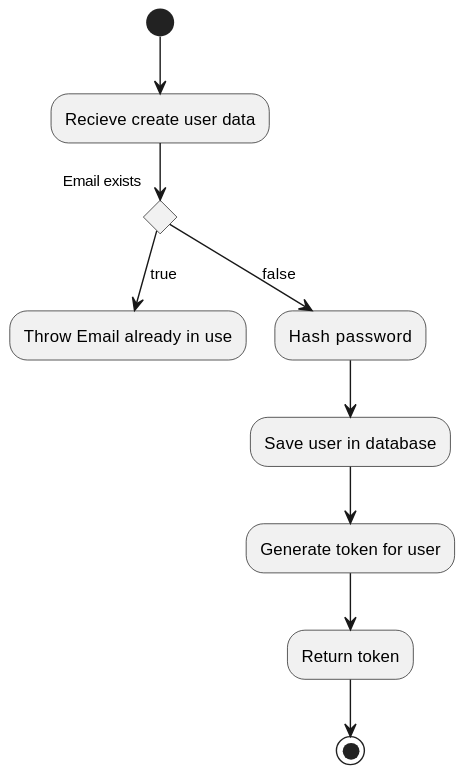
Above: Docs/out/FlowCharts/CreateUserFlowChart/Create User Flowchart.svg in blackout1471/trust-us-school (PlantUML), before the change.
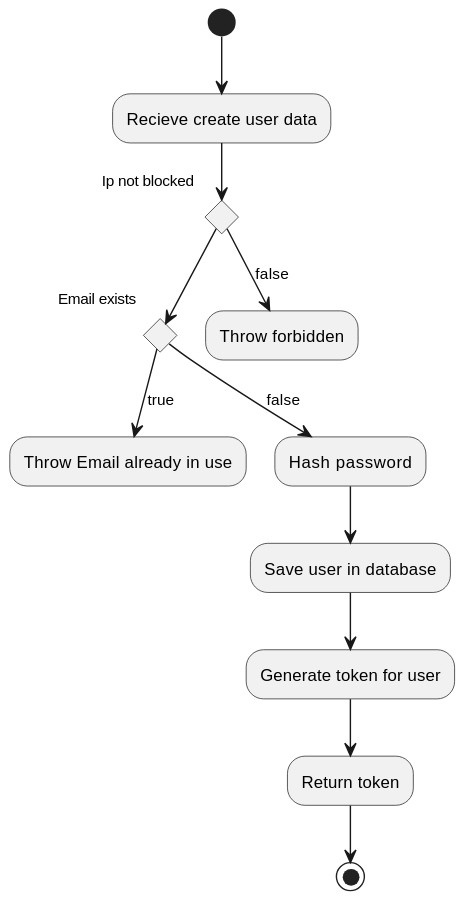
The same diagram one commit later.

Change to the diagram source:
```diff
@@ -1,14 +1,17 @@
 @startuml Create User Flowchart
 
 (*) --> "Recieve create user data"
-if "Email exists" then
-  -->[true] "Throw Email already in use"
-else
-  -->[false] "Hash password"
-  --> "Save user in database"
-  --> "Generate token for user"
-  --> "Return token"
-  --> (*)
+if "Ip not blocked " then
+  if "Email exists" then
+    -->[true] "Throw Email already in use"
+  else
+    -->[false] "Hash password"
+    --> "Save user in database"
+    --> "Generate token for user"
+    --> "Return token"
+    --> (*)
+  end if
+  else
+  -->[false] "Throw forbidden"
 end if
-
 @enduml
```
